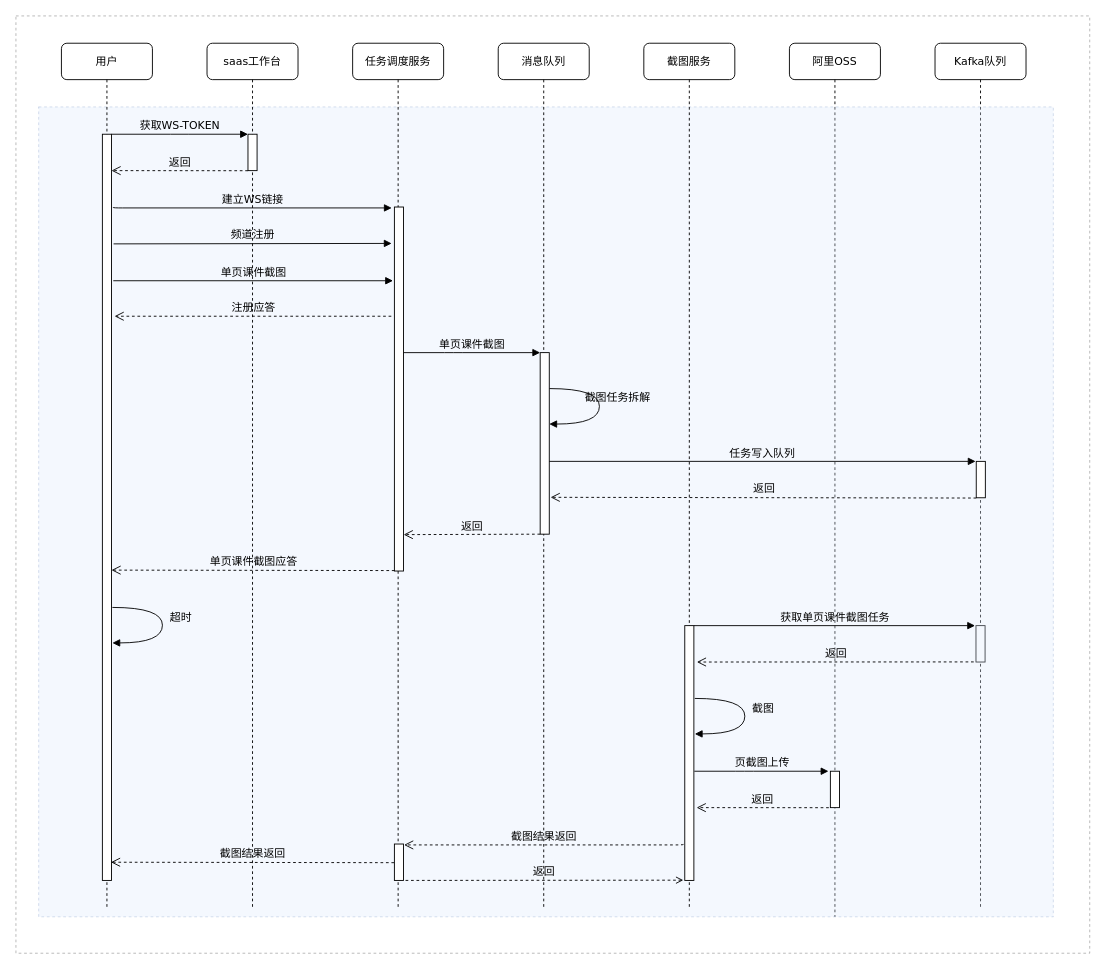
Earlier version of the draw.io diagram gppt.drawio (huanjiesm/courseware-draw). Source tidied: cells renumbered, new cells numbered last; positions are measured from the earlier drawing's top-left corner, leaving out a move shared by most shapes. Both pictures are drawn from the tidied source at 91%, with x=0, y=0 at pixel (15, 15).
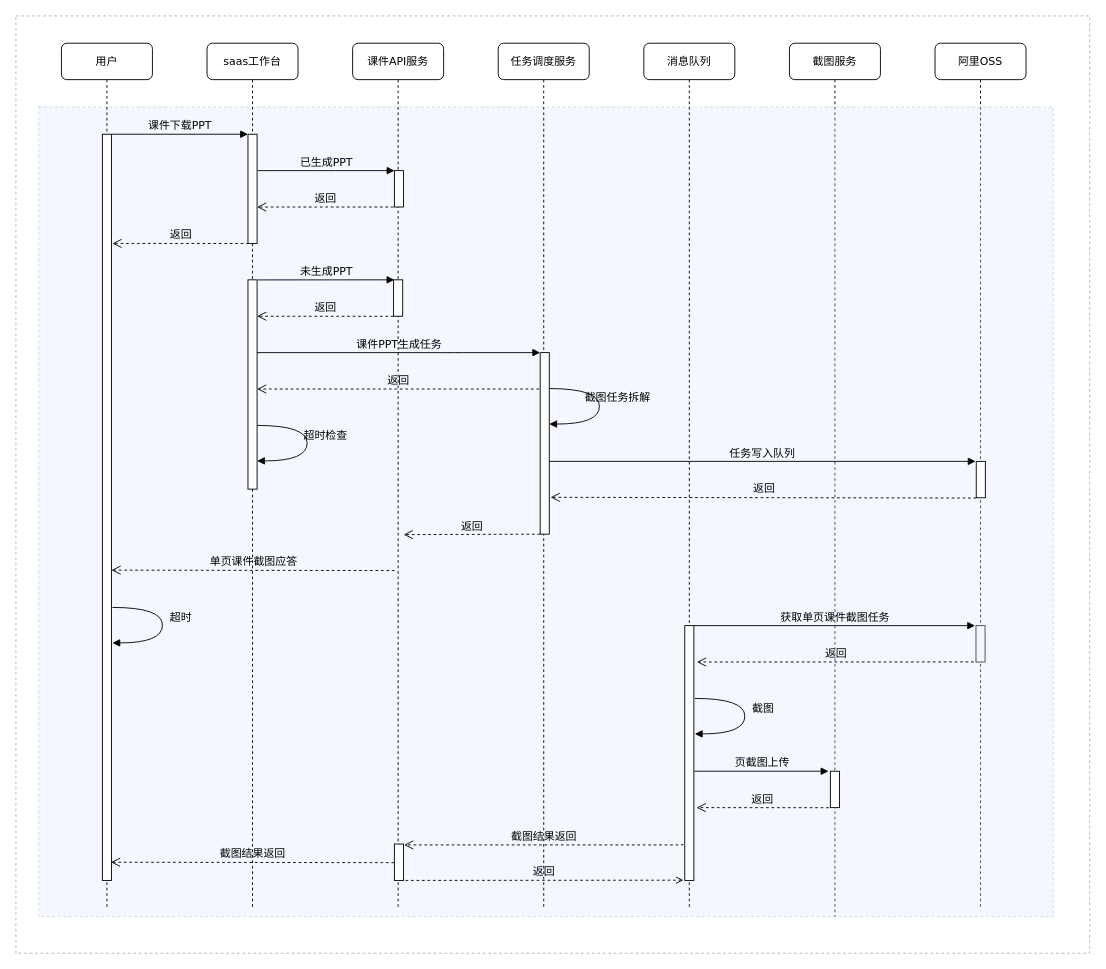
The same diagram, later.

Unchanged cells that the change refers to:
```xml
<mxCell id="8" value="saas工作台" style="shape=umlLifeline;perimeter=lifelinePerimeter;whiteSpace=wrap;html=1;rounded=1;shadow=0;comic=0;labelBackgroundColor=none;strokeWidth=1;fontFamily=Verdana;fontSize=12;align=center;" parent="1" vertex="1">
  <mxGeometry x="210" y="30" width="100" height="950" as="geometry" />
</mxCell>
<mxCell id="17" style="html=1;points=[];perimeter=orthogonalPerimeter;rounded=0;shadow=0;comic=0;labelBackgroundColor=none;strokeWidth=1;fontFamily=Verdana;fontSize=12;align=center;" parent="14" vertex="1">
  <mxGeometry x="46.1" y="340" width="10" height="199.5" as="geometry" />
</mxCell>
<mxCell id="25" style="html=1;points=[];perimeter=orthogonalPerimeter;rounded=0;shadow=0;comic=0;labelBackgroundColor=none;strokeWidth=1;fontFamily=Verdana;fontSize=12;align=center;" parent="24" vertex="1">
  <mxGeometry x="45" y="100" width="10" height="820" as="geometry" />
</mxCell>
```

The edit, as a diff of the source:
```diff
@@
-    <mxCell id="3" value="Kafka队列" style="shape=umlLifeline;perimeter=lifelinePerimeter;whiteSpace=wrap;html=1;rounded=1;shadow=0;comic=0;labelBackgroundColor=none;strokeWidth=1;fontFamily=Verdana;fontSize=12;align=center;" parent="1" vertex="1">
+    <mxCell id="3" value="阿里OSS" style="shape=umlLifeline;perimeter=lifelinePerimeter;whiteSpace=wrap;html=1;rounded=1;shadow=0;comic=0;labelBackgroundColor=none;strokeWidth=1;fontFamily=Verdana;fontSize=12;align=center;" parent="1" vertex="1">
       <mxGeometry x="1010" y="30" width="100" height="950" as="geometry" />
     </mxCell>
@@
-    <mxCell id="5" value="阿里OSS" style="shape=umlLifeline;perimeter=lifelinePerimeter;whiteSpace=wrap;html=1;rounded=1;shadow=0;comic=0;labelBackgroundColor=none;strokeWidth=1;fontFamily=Verdana;fontSize=12;align=center;" parent="1" vertex="1">
+    <mxCell id="5" value="截图服务" style="shape=umlLifeline;perimeter=lifelinePerimeter;whiteSpace=wrap;html=1;rounded=1;shadow=0;comic=0;labelBackgroundColor=none;strokeWidth=1;fontFamily=Verdana;fontSize=12;align=center;" parent="1" vertex="1">
       <mxGeometry x="850" y="30" width="100" height="960" as="geometry" />
     </mxCell>
@@
+    <mxCell id="41" value="返回" style="html=1;verticalAlign=bottom;endArrow=open;dashed=1;endSize=8;labelBackgroundColor=none;fontFamily=Verdana;fontSize=12;edgeStyle=elbowEdgeStyle;elbow=vertical;" parent="5" edge="1">
+      <mxGeometry relative="1" as="geometry">
+        <mxPoint x="-435" y="180" as="sourcePoint" />
+        <mxPoint x="-585" y="180" as="targetPoint" />
+      </mxGeometry>
+    </mxCell>
+    <mxCell id="42" value="返回" style="html=1;verticalAlign=bottom;endArrow=open;dashed=1;endSize=8;labelBackgroundColor=none;fontFamily=Verdana;fontSize=12;edgeStyle=elbowEdgeStyle;elbow=vertical;" parent="5" edge="1">
+      <mxGeometry relative="1" as="geometry">
+        <mxPoint x="-594" y="220.1" as="sourcePoint" />
+        <mxPoint x="-744" y="220.1" as="targetPoint" />
+      </mxGeometry>
+    </mxCell>
+    <mxCell id="43" value="超时检查" style="html=1;verticalAlign=bottom;endArrow=block;labelBackgroundColor=none;fontFamily=Verdana;fontSize=12;elbow=vertical;edgeStyle=orthogonalEdgeStyle;curved=1;exitX=1.038;exitY=0.345;exitPerimeter=0;entryX=1.027;entryY=0.831;entryDx=0;entryDy=0;entryPerimeter=0;" parent="5" edge="1">
+      <mxGeometry x="0.01" y="20" relative="1" as="geometry">
+        <mxPoint x="-585" y="420" as="sourcePoint" />
+        <mxPoint x="-585" y="459" as="targetPoint" />
+        <Array as="points">
+          <mxPoint x="-530" y="420" />
+          <mxPoint x="-530" y="459" />
+        </Array>
+      </mxGeometry>
+    </mxCell>
@@
     <mxCell id="9" style="html=1;points=[];perimeter=orthogonalPerimeter;rounded=0;shadow=0;comic=0;labelBackgroundColor=none;strokeWidth=1;fontFamily=Verdana;fontSize=12;align=center;" parent="8" vertex="1">
-      <mxGeometry x="45" y="100" width="10" height="40" as="geometry" />
+      <mxGeometry x="45" y="100" width="10" height="120" as="geometry" />
     </mxCell>
-    <mxCell id="10" value="返回" style="html=1;verticalAlign=bottom;endArrow=open;dashed=1;endSize=8;labelBackgroundColor=none;fontFamily=Verdana;fontSize=12;edgeStyle=elbowEdgeStyle;elbow=vertical;" parent="8" edge="1">
-      <mxGeometry relative="1" as="geometry">
-        <mxPoint x="45" y="140.1" as="sourcePoint" />
-        <mxPoint x="-105" y="140.1" as="targetPoint" />
-      </mxGeometry>
-    </mxCell>
+    <mxCell id="44" style="html=1;perimeter=orthogonalPerimeter;rounded=0;shadow=0;comic=0;labelBackgroundColor=none;strokeWidth=1;fontFamily=Verdana;fontSize=12;align=center;" parent="8" vertex="1">
+      <mxGeometry x="45" y="260" width="10" height="230" as="geometry" />
+    </mxCell>
-    <mxCell id="11" value="任务调度服务" style="shape=umlLifeline;perimeter=lifelinePerimeter;whiteSpace=wrap;html=1;rounded=1;shadow=0;comic=0;labelBackgroundColor=none;strokeWidth=1;fontFamily=Verdana;fontSize=12;align=center;" parent="1" vertex="1">
+    <mxCell id="11" value="课件API服务" style="shape=umlLifeline;perimeter=lifelinePerimeter;whiteSpace=wrap;html=1;rounded=1;shadow=0;comic=0;labelBackgroundColor=none;strokeWidth=1;fontFamily=Verdana;fontSize=12;align=center;" parent="1" vertex="1">
       <mxGeometry x="370" y="30" width="100" height="950" as="geometry" />
     </mxCell>
     <mxCell id="12" style="html=1;perimeter=orthogonalPerimeter;rounded=0;shadow=0;comic=0;labelBackgroundColor=none;strokeWidth=1;fontFamily=Verdana;fontSize=12;align=center;" parent="11" vertex="1">
-      <mxGeometry x="45.9" y="180" width="10" height="400" as="geometry" />
+      <mxGeometry x="45.9" y="140" width="10" height="40" as="geometry" />
     </mxCell>
@@
+    <mxCell id="45" value="已生成PPT" style="html=1;verticalAlign=bottom;endArrow=block;entryX=0;entryY=0;labelBackgroundColor=none;fontFamily=Verdana;fontSize=12;edgeStyle=elbowEdgeStyle;elbow=vertical;" parent="11" edge="1">
+      <mxGeometry relative="1" as="geometry">
+        <mxPoint x="-104" y="140" as="sourcePoint" />
+        <mxPoint x="46" y="140" as="targetPoint" />
+      </mxGeometry>
+    </mxCell>
+    <mxCell id="46" value="未生成PPT" style="html=1;verticalAlign=bottom;endArrow=block;entryX=0;entryY=0;labelBackgroundColor=none;fontFamily=Verdana;fontSize=12;edgeStyle=elbowEdgeStyle;elbow=vertical;" parent="11" edge="1">
+      <mxGeometry relative="1" as="geometry">
+        <mxPoint x="-104.1" y="260.1" as="sourcePoint" />
+        <mxPoint x="45.9" y="260.1" as="targetPoint" />
+      </mxGeometry>
+    </mxCell>
+    <mxCell id="47" style="html=1;perimeter=orthogonalPerimeter;rounded=0;shadow=0;comic=0;labelBackgroundColor=none;strokeWidth=1;fontFamily=Verdana;fontSize=12;align=center;" parent="11" vertex="1">
+      <mxGeometry x="45" y="260" width="10" height="40" as="geometry" />
+    </mxCell>
+    <mxCell id="48" value="返回" style="html=1;verticalAlign=bottom;endArrow=open;dashed=1;endSize=8;labelBackgroundColor=none;fontFamily=Verdana;fontSize=12;edgeStyle=elbowEdgeStyle;elbow=vertical;" parent="11" edge="1">
+      <mxGeometry relative="1" as="geometry">
+        <mxPoint x="205" y="380" as="sourcePoint" />
+        <mxPoint x="-105" y="380" as="targetPoint" />
+      </mxGeometry>
+    </mxCell>
-    <mxCell id="14" value="消息队列" style="shape=umlLifeline;perimeter=lifelinePerimeter;whiteSpace=wrap;html=1;rounded=1;shadow=0;comic=0;labelBackgroundColor=none;strokeWidth=1;fontFamily=Verdana;fontSize=12;align=center;" parent="1" vertex="1">
+    <mxCell id="14" value="任务调度服务" style="shape=umlLifeline;perimeter=lifelinePerimeter;whiteSpace=wrap;html=1;rounded=1;shadow=0;comic=0;labelBackgroundColor=none;strokeWidth=1;fontFamily=Verdana;fontSize=12;align=center;" parent="1" vertex="1">
       <mxGeometry x="530" y="30" width="100" height="950" as="geometry" />
     </mxCell>
@@
-    <mxCell id="18" value="单页课件截图" style="html=1;verticalAlign=bottom;endArrow=block;labelBackgroundColor=none;fontFamily=Verdana;fontSize=12;edgeStyle=elbowEdgeStyle;elbow=vertical;" parent="14" edge="1" target="17">
+    <mxCell id="18" value="课件PPT生成任务" style="html=1;verticalAlign=bottom;endArrow=block;labelBackgroundColor=none;fontFamily=Verdana;fontSize=12;edgeStyle=elbowEdgeStyle;elbow=vertical;" parent="14" edge="1" target="17">
       <mxGeometry relative="1" as="geometry">
-        <mxPoint x="-103.9" y="340" as="sourcePoint" />
+        <mxPoint x="-265" y="340" as="sourcePoint" />
         <Array as="points">
-          <mxPoint x="-48.9" y="340" />
-          <mxPoint x="-38.9" y="400" />
-          <mxPoint x="1.1" y="410" />
-          <mxPoint x="-18.9" y="370" />
-          <mxPoint x="-98.9" y="260" />
+          <mxPoint x="-47.9" y="340" />
+          <mxPoint x="-37.9" y="400" />
+          <mxPoint x="2.1" y="410" />
+          <mxPoint x="-17.9" y="370" />
+          <mxPoint x="-97.9" y="260" />
         </Array>
       </mxGeometry>
     </mxCell>
@@
-    <mxCell id="26" value="截图服务" style="shape=umlLifeline;perimeter=lifelinePerimeter;whiteSpace=wrap;html=1;rounded=1;shadow=0;comic=0;labelBackgroundColor=none;strokeWidth=1;fontFamily=Verdana;fontSize=12;align=center;" parent="1" vertex="1">
+    <mxCell id="26" value="消息队列" style="shape=umlLifeline;perimeter=lifelinePerimeter;whiteSpace=wrap;html=1;rounded=1;shadow=0;comic=0;labelBackgroundColor=none;strokeWidth=1;fontFamily=Verdana;fontSize=12;align=center;" parent="1" vertex="1">
       <mxGeometry x="690" y="30" width="100" height="950" as="geometry" />
     </mxCell>
@@
-    <mxCell id="28" value="获取WS-TOKEN" style="html=1;verticalAlign=bottom;endArrow=block;entryX=0;entryY=0;labelBackgroundColor=none;fontFamily=Verdana;fontSize=12;edgeStyle=elbowEdgeStyle;elbow=vertical;" parent="1" edge="1" source="25" target="9">
+    <mxCell id="28" value="课件下载PPT" style="html=1;verticalAlign=bottom;endArrow=block;entryX=0;entryY=0;labelBackgroundColor=none;fontFamily=Verdana;fontSize=12;edgeStyle=elbowEdgeStyle;elbow=vertical;" parent="1" edge="1" source="25" target="9">
       <mxGeometry relative="1" as="geometry" />
     </mxCell>
-    <mxCell id="29" value="频道注册" style="html=1;verticalAlign=bottom;endArrow=block;labelBackgroundColor=none;fontFamily=Verdana;fontSize=12;edgeStyle=elbowEdgeStyle;elbow=vertical;entryX=-0.097;entryY=0.101;entryDx=0;entryDy=0;entryPerimeter=0;exitX=1.429;exitY=0.147;exitDx=0;exitDy=0;exitPerimeter=0;" parent="1" edge="1">
-      <mxGeometry relative="1" as="geometry">
-        <mxPoint x="107.3" y="250.5" as="sourcePoint" />
-        <mxPoint x="412.9" y="250.4" as="targetPoint" />
-        <Array as="points">
-          <mxPoint x="168" y="250" />
-          <mxPoint x="388" y="244" />
-        </Array>
-      </mxGeometry>
-    </mxCell>
-    <mxCell id="30" value="建立WS链接" style="html=1;verticalAlign=bottom;endArrow=block;entryX=0;entryY=0;labelBackgroundColor=none;fontFamily=Verdana;fontSize=12;edgeStyle=elbowEdgeStyle;elbow=vertical;" parent="1" edge="1">
-      <mxGeometry relative="1" as="geometry">
-        <mxPoint x="107" y="210" as="sourcePoint" />
-        <mxPoint x="413" y="211" as="targetPoint" />
-      </mxGeometry>
-    </mxCell>
-    <mxCell id="31" value="单页课件截图" style="html=1;verticalAlign=bottom;endArrow=block;labelBackgroundColor=none;fontFamily=Verdana;fontSize=12;edgeStyle=elbowEdgeStyle;elbow=vertical;entryX=-0.347;entryY=0.299;entryDx=0;entryDy=0;entryPerimeter=0;" parent="1" edge="1">
-      <mxGeometry relative="1" as="geometry">
-        <mxPoint x="107" y="291" as="sourcePoint" />
-        <mxPoint x="414.4" y="290.6" as="targetPoint" />
-        <Array as="points">
-          <mxPoint x="202" y="291" />
-          <mxPoint x="287" y="291" />
-          <mxPoint x="327" y="291" />
-        </Array>
-      </mxGeometry>
-    </mxCell>
-    <mxCell id="32" value="注册应答" style="html=1;verticalAlign=bottom;endArrow=open;dashed=1;endSize=8;labelBackgroundColor=none;fontFamily=Verdana;fontSize=12;edgeStyle=elbowEdgeStyle;elbow=vertical;entryX=1.339;entryY=0.244;entryDx=0;entryDy=0;entryPerimeter=0;" parent="1" edge="1" target="25">
-      <mxGeometry relative="1" as="geometry">
-        <mxPoint x="412.5" y="330" as="sourcePoint" />
-        <Array as="points">
-          <mxPoint x="193" y="330" />
-          <mxPoint x="173" y="330" />
-        </Array>
-      </mxGeometry>
-    </mxCell>
@@
+    <mxCell id="49" value="返回" style="html=1;verticalAlign=bottom;endArrow=open;dashed=1;endSize=8;labelBackgroundColor=none;fontFamily=Verdana;fontSize=12;edgeStyle=elbowEdgeStyle;elbow=vertical;" parent="1" edge="1">
+      <mxGeometry relative="1" as="geometry">
+        <mxPoint x="415" y="330.1" as="sourcePoint" />
+        <mxPoint x="265" y="330.1" as="targetPoint" />
+      </mxGeometry>
+    </mxCell>
```
